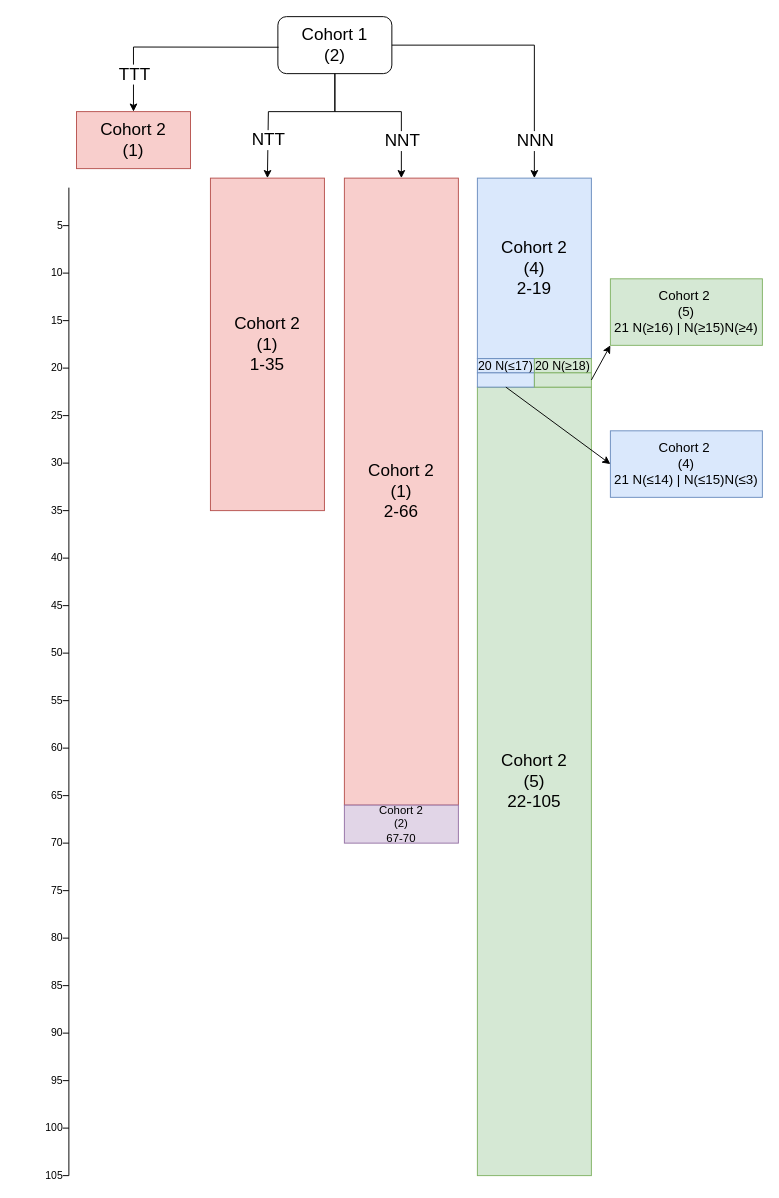
Earlier version of the draw.io diagram Thesis/Figures/TITE-DTP-cohort3Flow.drawio (A-mit-Patel/PhD). Source tidied: cells renumbered, new cells numbered last; positions are measured from the earlier drawing's top-left corner, leaving out a move shared by most shapes. Both pictures are drawn from the tidied source at 95%, with x=0, y=0 at pixel (59, 16).
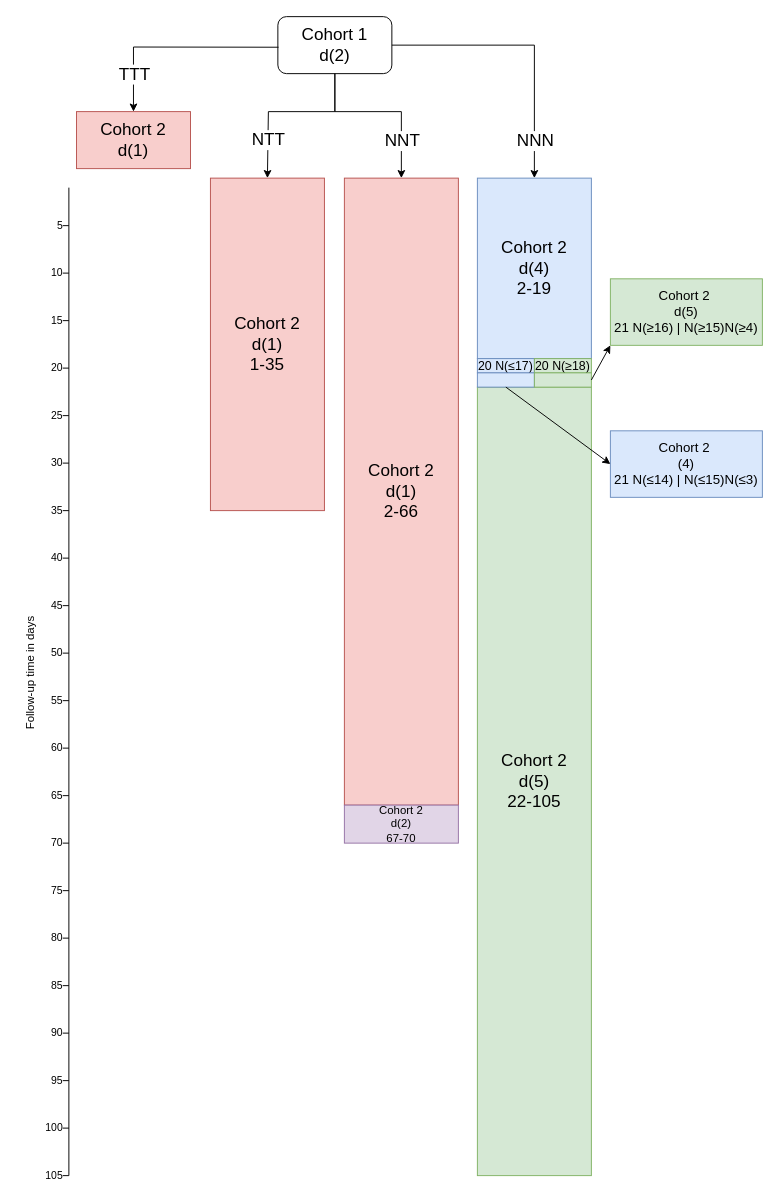
Above is the later version.

Change to the diagram source:
```diff
@@
-    <mxCell id="2" value="Cohort 1&lt;br style=&quot;font-size: 18px;&quot;&gt;(2)" style="rounded=1;whiteSpace=wrap;html=1;fontSize=18;" parent="1" vertex="1">
+    <mxCell id="2" value="Cohort 1&lt;br style=&quot;font-size: 18px;&quot;&gt;d(2)" style="rounded=1;whiteSpace=wrap;html=1;fontSize=18;" parent="1" vertex="1">
       <mxGeometry x="230" width="120" height="60" as="geometry" />
     </mxCell>
@@
-    <mxCell id="10" value="Cohort 2&lt;br style=&quot;border-color: var(--border-color); font-size: 18px;&quot;&gt;(1)" style="rounded=0;whiteSpace=wrap;html=1;fillColor=#f8cecc;strokeColor=#b85450;fontSize=18;" parent="1" vertex="1">
+    <mxCell id="10" value="Cohort 2&lt;br style=&quot;border-color: var(--border-color); font-size: 18px;&quot;&gt;d(1)" style="rounded=0;whiteSpace=wrap;html=1;fillColor=#f8cecc;strokeColor=#b85450;fontSize=18;" parent="1" vertex="1">
       <mxGeometry x="18" y="100" width="120" height="60" as="geometry" />
     </mxCell>
-    <mxCell id="11" value="Cohort 2&lt;br style=&quot;font-size: 18px;&quot;&gt;(1)&lt;br style=&quot;font-size: 18px;&quot;&gt;1-35" style="rounded=0;whiteSpace=wrap;html=1;fillColor=#f8cecc;strokeColor=#b85450;fontSize=18;" parent="1" vertex="1">
+    <mxCell id="11" value="Cohort 2&lt;br style=&quot;font-size: 18px;&quot;&gt;d(1)&lt;br style=&quot;font-size: 18px;&quot;&gt;1-35" style="rounded=0;whiteSpace=wrap;html=1;fillColor=#f8cecc;strokeColor=#b85450;fontSize=18;" parent="1" vertex="1">
       <mxGeometry x="159" y="170" width="120" height="350" as="geometry" />
     </mxCell>
-    <mxCell id="12" value="Cohort 2&lt;br style=&quot;font-size: 18px;&quot;&gt;(5)&lt;br style=&quot;font-size: 18px;&quot;&gt;22-105" style="rounded=0;whiteSpace=wrap;html=1;fillColor=#d5e8d4;strokeColor=#82b366;fontSize=18;" parent="1" vertex="1">
+    <mxCell id="12" value="Cohort 2&lt;br style=&quot;font-size: 18px;&quot;&gt;d(5)&lt;br style=&quot;font-size: 18px;&quot;&gt;22-105" style="rounded=0;whiteSpace=wrap;html=1;fillColor=#d5e8d4;strokeColor=#82b366;fontSize=18;" parent="1" vertex="1">
       <mxGeometry x="440" y="390" width="120" height="830" as="geometry" />
     </mxCell>
-    <mxCell id="13" value="Cohort 2&lt;br style=&quot;font-size: 18px;&quot;&gt;(4)&lt;br style=&quot;font-size: 18px;&quot;&gt;2-19" style="rounded=0;whiteSpace=wrap;html=1;fillColor=#dae8fc;strokeColor=#6c8ebf;fontSize=18;" parent="1" vertex="1">
+    <mxCell id="13" value="Cohort 2&lt;br style=&quot;font-size: 18px;&quot;&gt;d(4)&lt;br style=&quot;font-size: 18px;&quot;&gt;2-19" style="rounded=0;whiteSpace=wrap;html=1;fillColor=#dae8fc;strokeColor=#6c8ebf;fontSize=18;" parent="1" vertex="1">
       <mxGeometry x="440" y="170" width="120" height="190" as="geometry" />
     </mxCell>
@@
-    <mxCell id="35" value="Cohort 2&lt;br style=&quot;font-size: 18px;&quot;&gt;(1)&lt;br style=&quot;font-size: 18px;&quot;&gt;2-66" style="rounded=0;whiteSpace=wrap;html=1;fillColor=#f8cecc;strokeColor=#b85450;fontSize=18;" parent="1" vertex="1">
+    <mxCell id="35" value="Cohort 2&lt;br style=&quot;font-size: 18px;&quot;&gt;d(1)&lt;br style=&quot;font-size: 18px;&quot;&gt;2-66" style="rounded=0;whiteSpace=wrap;html=1;fillColor=#f8cecc;strokeColor=#b85450;fontSize=18;" parent="1" vertex="1">
       <mxGeometry x="300" y="170" width="120" height="660" as="geometry" />
     </mxCell>
@@
-    <mxCell id="41" value="Cohort 2&lt;br style=&quot;font-size: 12px;&quot;&gt;(2)&lt;br style=&quot;font-size: 12px;&quot;&gt;67-70" style="rounded=0;whiteSpace=wrap;html=1;fillColor=#e1d5e7;strokeColor=#9673a6;fontSize=12;" parent="1" vertex="1">
+    <mxCell id="41" value="Cohort 2&lt;br style=&quot;font-size: 12px;&quot;&gt;d(2)&lt;br style=&quot;font-size: 12px;&quot;&gt;67-70" style="rounded=0;whiteSpace=wrap;html=1;fillColor=#e1d5e7;strokeColor=#9673a6;fontSize=12;" parent="1" vertex="1">
       <mxGeometry x="300" y="830" width="120" height="40" as="geometry" />
     </mxCell>
@@
-    <mxCell id="44" value="Cohort 2&amp;nbsp;&lt;br style=&quot;font-size: 14px;&quot;&gt;(5)&lt;br&gt;21 N(≥16)&amp;nbsp;| N(≥15)N(≥4)" style="rounded=0;whiteSpace=wrap;html=1;fillColor=#d5e8d4;strokeColor=#82b366;fontSize=14;" parent="1" vertex="1">
+    <mxCell id="44" value="Cohort 2&amp;nbsp;&lt;br style=&quot;font-size: 14px;&quot;&gt;d(5)&lt;br&gt;21 N(≥16)&amp;nbsp;| N(≥15)N(≥4)" style="rounded=0;whiteSpace=wrap;html=1;fillColor=#d5e8d4;strokeColor=#82b366;fontSize=14;" parent="1" vertex="1">
       <mxGeometry x="580" y="276" width="160" height="70" as="geometry" />
     </mxCell>
@@
+    <mxCell id="46" value="Follow-up time in days" style="text;html=1;align=center;verticalAlign=middle;whiteSpace=wrap;rounded=0;rotation=-90;" parent="1" vertex="1">
+      <mxGeometry x="-120" y="676" width="180" height="30" as="geometry" />
+    </mxCell>
```
